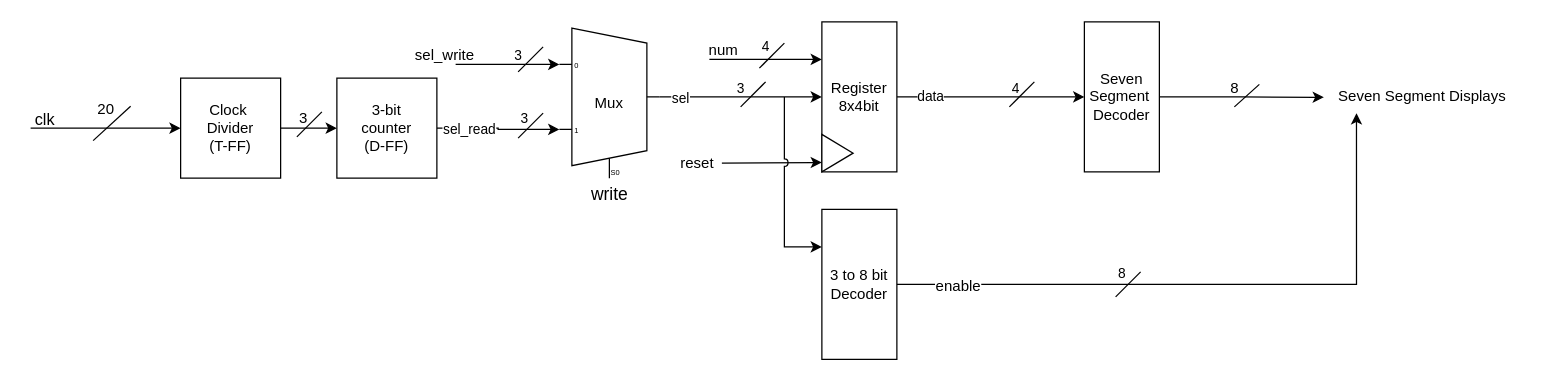
Before: page "Page-1" (1 of 3) of SevenSegmentSeq.drawio in abubakar-lgtm/DSD_2023_Abubakar, a draw.io diagram. Source tidied: cells renumbered, new cells numbered last; positions are measured from the earlier drawing's top-left corner, leaving out a move shared by most shapes. Both pictures are drawn from the tidied source at 125%, with x=0, y=0 at pixel (21, 21).
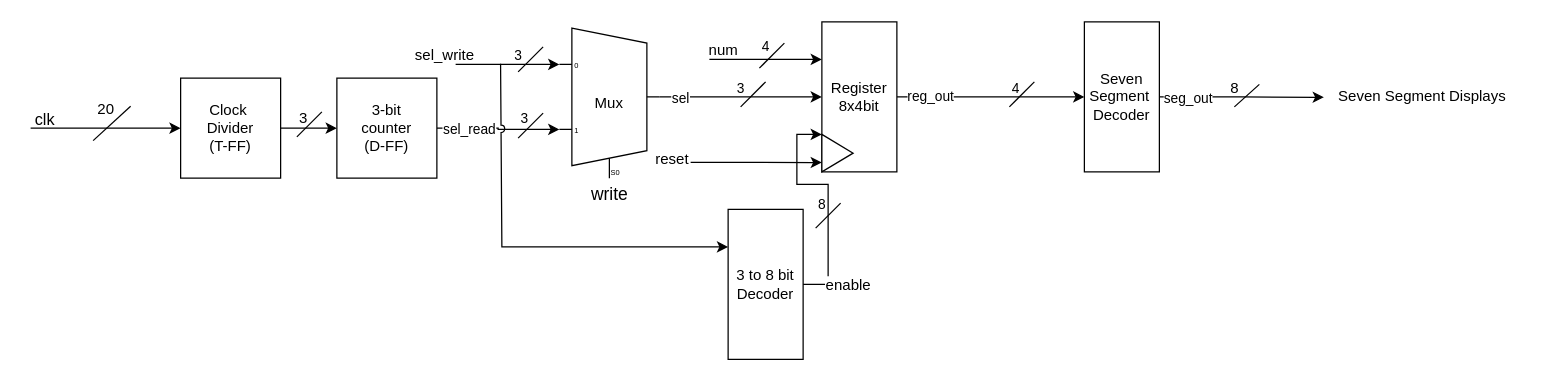
The same diagram, later.

Unchanged cells that the change refers to:
```xml
<mxCell id="9" style="edgeStyle=orthogonalEdgeStyle;rounded=0;jettySize=auto;html=1;strokeWidth=1;entryX=0.5;entryY=1;entryDx=0;entryDy=0;" parent="1" edge="1" source="27" target="22">
  <mxGeometry relative="1" as="geometry" />
</mxCell>
<mxCell id="25" value="Seven Segment Displays" style="text;html=1;align=center;verticalAlign=middle;points=[];strokeColor=none;fillColor=none;" parent="1" vertex="1">
  <mxGeometry x="1040" y="45" width="160" height="30" as="geometry" />
</mxCell>
<mxCell id="27" value="Register&lt;div&gt;8x4bit&lt;/div&gt;" style="rounded=0;whiteSpace=wrap;html=1;direction=south;" parent="26" vertex="1">
  <mxGeometry width="60" height="120" as="geometry" />
</mxCell>
<mxCell id="28" style="triangle;whiteSpace=wrap;html=1;" parent="26" vertex="1">
  <mxGeometry y="90" width="25" height="30" as="geometry" />
</mxCell>
<mxCell id="42" value="3" style="text;html=1;align=center;verticalAlign=middle;points=[];strokeColor=none;fillColor=none;fontSize=11;" parent="1" vertex="1">
  <mxGeometry x="382" y="12" width="30" height="30" as="geometry" />
</mxCell>
<mxCell id="44" style="edgeStyle=orthogonalEdgeStyle;rounded=0;jettySize=auto;html=1;entryX=0.01;entryY=0.512;entryDx=0;entryDy=0;entryPerimeter=0;" parent="1" edge="1" source="22" target="25">
  <mxGeometry relative="1" as="geometry" />
</mxCell>
```

Change to the diagram source:
```diff
@@
-    <mxCell id="10" value="data" style="edgeLabel;html=1;align=center;verticalAlign=middle;" parent="9" vertex="1">
+    <mxCell id="10" value="reg_out" style="edgeLabel;html=1;align=center;verticalAlign=middle;" parent="9" vertex="1">
       <mxGeometry x="-0.65" y="1" relative="1" as="geometry" />
     </mxCell>
@@
-    <mxCell id="29" style="endArrow=classic;html=1;rounded=0;entryX=0;entryY=0.75;entryDx=0;entryDy=0;" parent="1" edge="1" target="28">
-      <mxGeometry relative="1" as="geometry">
-        <mxPoint x="560" y="113" as="sourcePoint" />
-      </mxGeometry>
+    <mxCell id="29" style="endArrow=classic;html=1;rounded=0;entryX=0;entryY=0.75;entryDx=0;entryDy=0;exitX=0.8;exitY=0.583;exitDx=0;exitDy=0;exitPerimeter=0;" parent="1" edge="1" source="30" target="28">
+      <mxGeometry relative="1" as="geometry" />
     </mxCell>
     <mxCell id="30" value="reset" style="text;html=1;align=center;verticalAlign=middle;points=[];strokeColor=none;fillColor=none;" parent="1" vertex="1">
-      <mxGeometry x="515" y="98" width="50" height="30" as="geometry" />
+      <mxGeometry x="495" y="95" width="50" height="30" as="geometry" />
     </mxCell>
     <mxCell id="31" value="3 to 8 bit&lt;div&gt;Decoder&lt;/div&gt;" style="rounded=0;whiteSpace=wrap;html=1;direction=south;" parent="1" vertex="1">
-      <mxGeometry x="640" y="150" width="60" height="120" as="geometry" />
+      <mxGeometry x="565" y="150" width="60" height="120" as="geometry" />
     </mxCell>
-    <mxCell id="32" style="endArrow=classic;html=1;rounded=0;entryX=0.25;entryY=1;entryDx=0;entryDy=0;jumpStyle=arc;" parent="1" edge="1" target="31">
+    <mxCell id="32" style="endArrow=classic;html=1;rounded=0;entryX=0.25;entryY=1;entryDx=0;entryDy=0;jumpStyle=arc;exitX=0.032;exitY=0.718;exitDx=0;exitDy=0;exitPerimeter=0;" parent="1" edge="1" source="42" target="31">
       <mxGeometry relative="1" as="geometry">
-        <mxPoint x="610" y="60" as="sourcePoint" />
         <Array as="points">
-          <mxPoint x="610" y="180" />
+          <mxPoint x="384" y="180" />
+          <mxPoint x="550" y="180" />
         </Array>
       </mxGeometry>
     </mxCell>
     <mxCell id="33" style="endArrow=none;html=1;rounded=0;" parent="1" edge="1">
       <mxGeometry relative="1" as="geometry">
-        <mxPoint x="895" y="200" as="sourcePoint" />
-        <mxPoint x="875" y="220" as="targetPoint" />
+        <mxPoint x="655" y="145" as="sourcePoint" />
+        <mxPoint x="635" y="165" as="targetPoint" />
       </mxGeometry>
     </mxCell>
@@
+    <mxCell id="49" value="seg_out" style="edgeLabel;html=1;align=center;verticalAlign=middle;" parent="44" vertex="1">
+      <mxGeometry x="-0.66" relative="1" as="geometry" />
+    </mxCell>
-    <mxCell id="45" style="edgeStyle=orthogonalEdgeStyle;rounded=0;jettySize=auto;html=1;entryX=0.173;entryY=0.936;entryDx=0;entryDy=0;entryPerimeter=0;" parent="1" edge="1" source="31" target="25">
+    <mxCell id="45" style="edgeStyle=orthogonalEdgeStyle;rounded=0;jettySize=auto;html=1;entryX=0.75;entryY=1;entryDx=0;entryDy=0;" parent="1" edge="1" source="31" target="27">
       <mxGeometry relative="1" as="geometry" />
     </mxCell>
     <mxCell id="46" value="&lt;font style=&quot;font-size: 12px;&quot;&gt;enable&lt;/font&gt;" style="edgeLabel;html=1;align=center;verticalAlign=middle;rotation=0;" parent="45" vertex="1">
-      <mxGeometry x="-0.81" y="-1" relative="1" as="geometry" />
+      <mxGeometry x="-0.81" y="-1" relative="1" as="geometry">
+        <mxPoint x="17" y="-1" as="offset" />
+      </mxGeometry>
     </mxCell>
```
